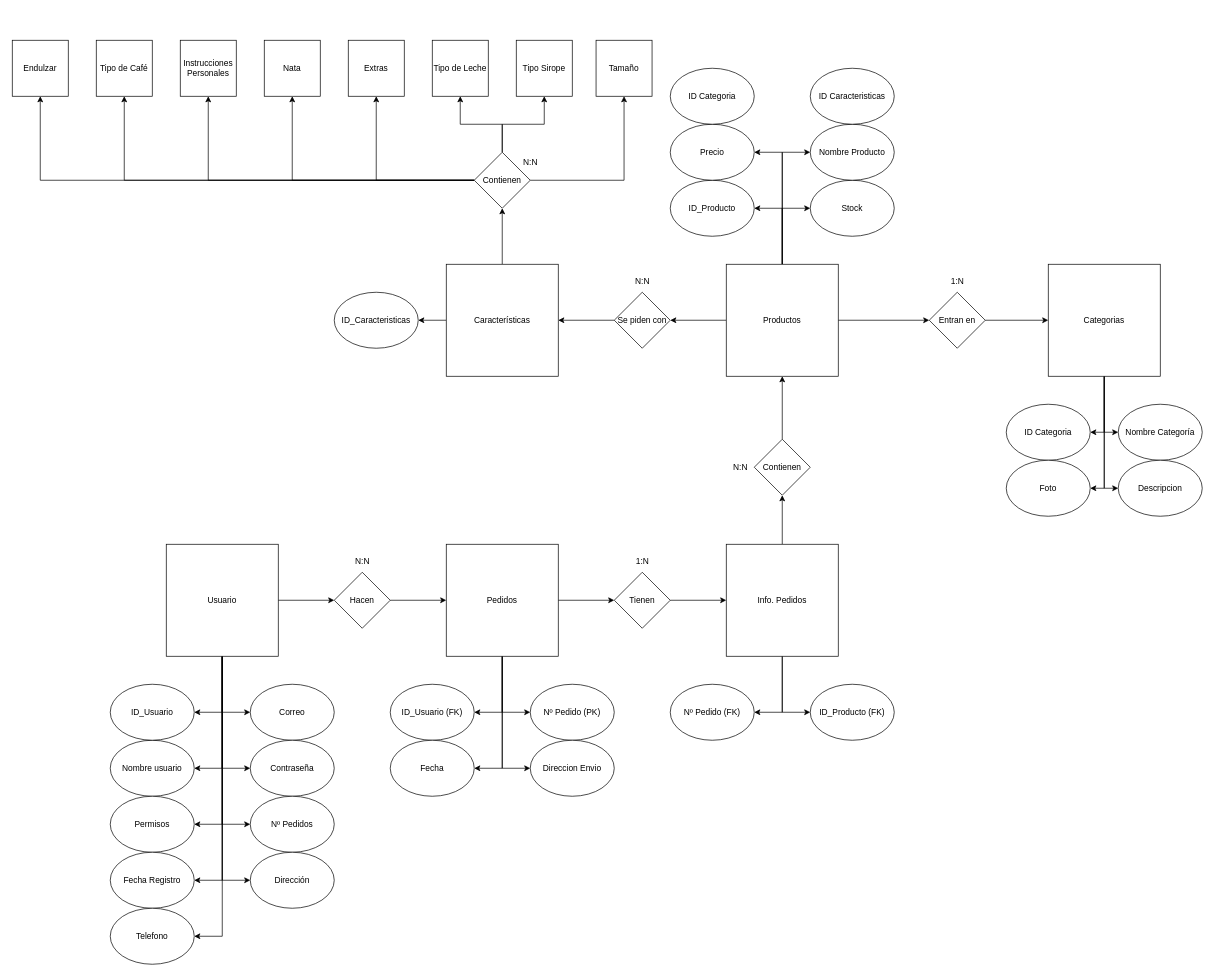
The draw.io diagram page "Modelo Relacional" (1 of 2) of BBDDTFG.drawio in meeeww/tfg_server, before the edit. Source tidied: cells renumbered, new cells numbered last; positions are measured from the earlier drawing's top-left corner, leaving out a move shared by most shapes. Both pictures are drawn from the tidied source at 70%, with x=0, y=0 at pixel (12, 40).
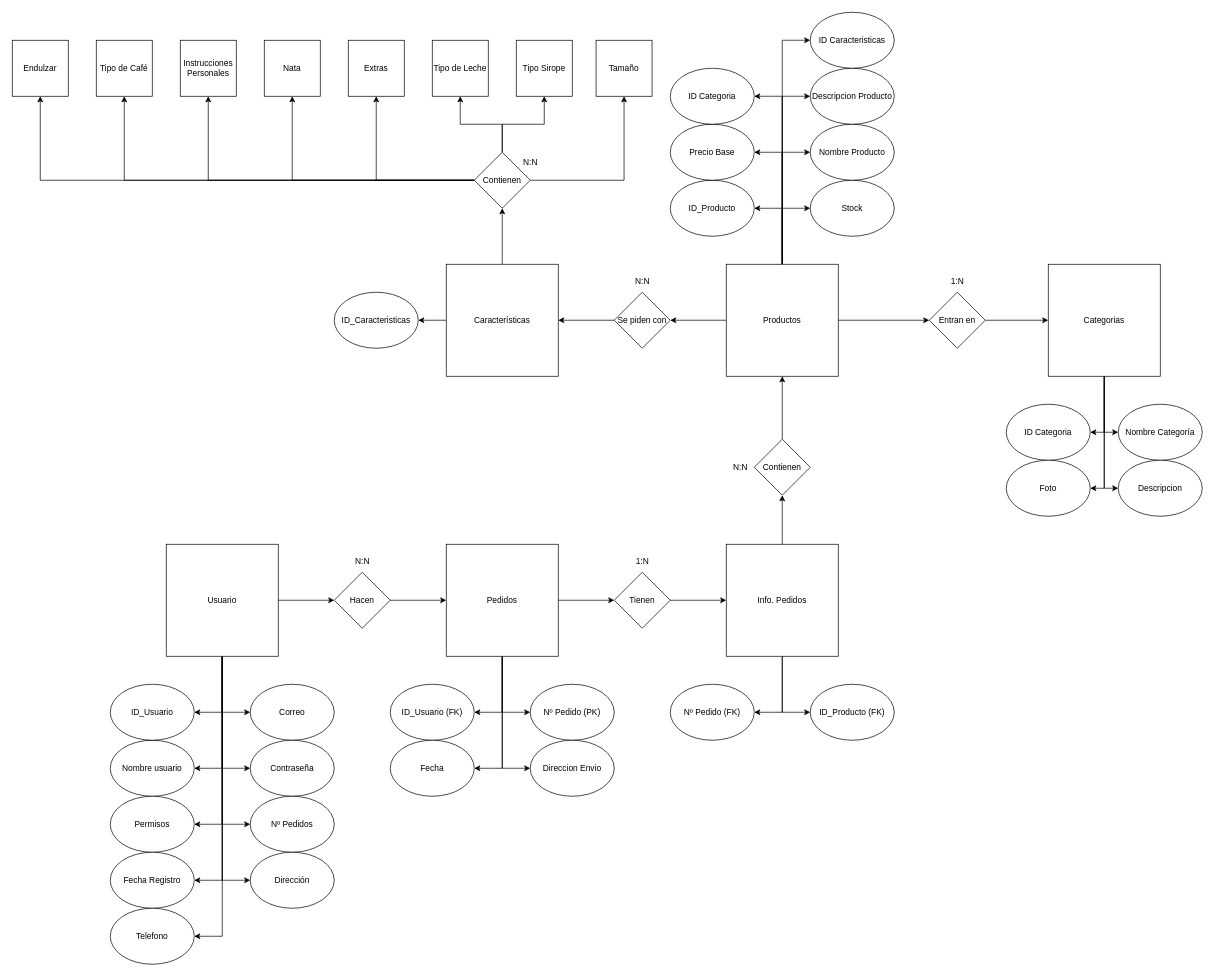
After the change.

The change refers to these unchanged cells:
```xml
<mxCell id="33" value="Productos" style="whiteSpace=wrap;html=1;" parent="1" vertex="1">
  <mxGeometry x="1020" y="320" width="160" height="160" as="geometry" />
</mxCell>
<mxCell id="92" value="ID Categoria" style="ellipse;whiteSpace=wrap;html=1;" parent="1" vertex="1">
  <mxGeometry x="940" y="40" width="120" height="80" as="geometry" />
</mxCell>
```

Diff of the diagram source:
```diff
@@
+    <mxCell id="97" style="edgeStyle=orthogonalEdgeStyle;rounded=0;jettySize=auto;html=1;entryX=0;entryY=0.5;entryDx=0;entryDy=0;" parent="1" edge="1" source="33" target="91">
+      <mxGeometry relative="1" as="geometry" />
+    </mxCell>
+    <mxCell id="98" style="edgeStyle=orthogonalEdgeStyle;rounded=0;jettySize=auto;html=1;entryX=1;entryY=0.5;entryDx=0;entryDy=0;" parent="1" edge="1" source="33" target="92">
+      <mxGeometry relative="1" as="geometry" />
+    </mxCell>
+    <mxCell id="99" style="edgeStyle=orthogonalEdgeStyle;rounded=0;jettySize=auto;html=1;entryX=0;entryY=0.5;entryDx=0;entryDy=0;" parent="1" edge="1" source="33" target="100">
+      <mxGeometry relative="1" as="geometry" />
+    </mxCell>
@@
-    <mxCell id="49" value="Precio" style="ellipse;whiteSpace=wrap;html=1;" parent="1" vertex="1">
+    <mxCell id="49" value="Precio Base" style="ellipse;whiteSpace=wrap;html=1;" parent="1" vertex="1">
       <mxGeometry x="940" y="120" width="120" height="80" as="geometry" />
     </mxCell>
@@
-    <mxCell id="91" value="ID Caracteristicas" style="ellipse;whiteSpace=wrap;html=1;" parent="1" vertex="1">
+    <mxCell id="91" value="Descripcion Producto" style="ellipse;whiteSpace=wrap;html=1;" parent="1" vertex="1">
       <mxGeometry x="1140" y="40" width="120" height="80" as="geometry" />
     </mxCell>
@@
+    <mxCell id="100" value="ID Caracteristicas" style="ellipse;whiteSpace=wrap;html=1;" parent="1" vertex="1">
+      <mxGeometry x="1140" y="-40" width="120" height="80" as="geometry" />
+    </mxCell>
```
